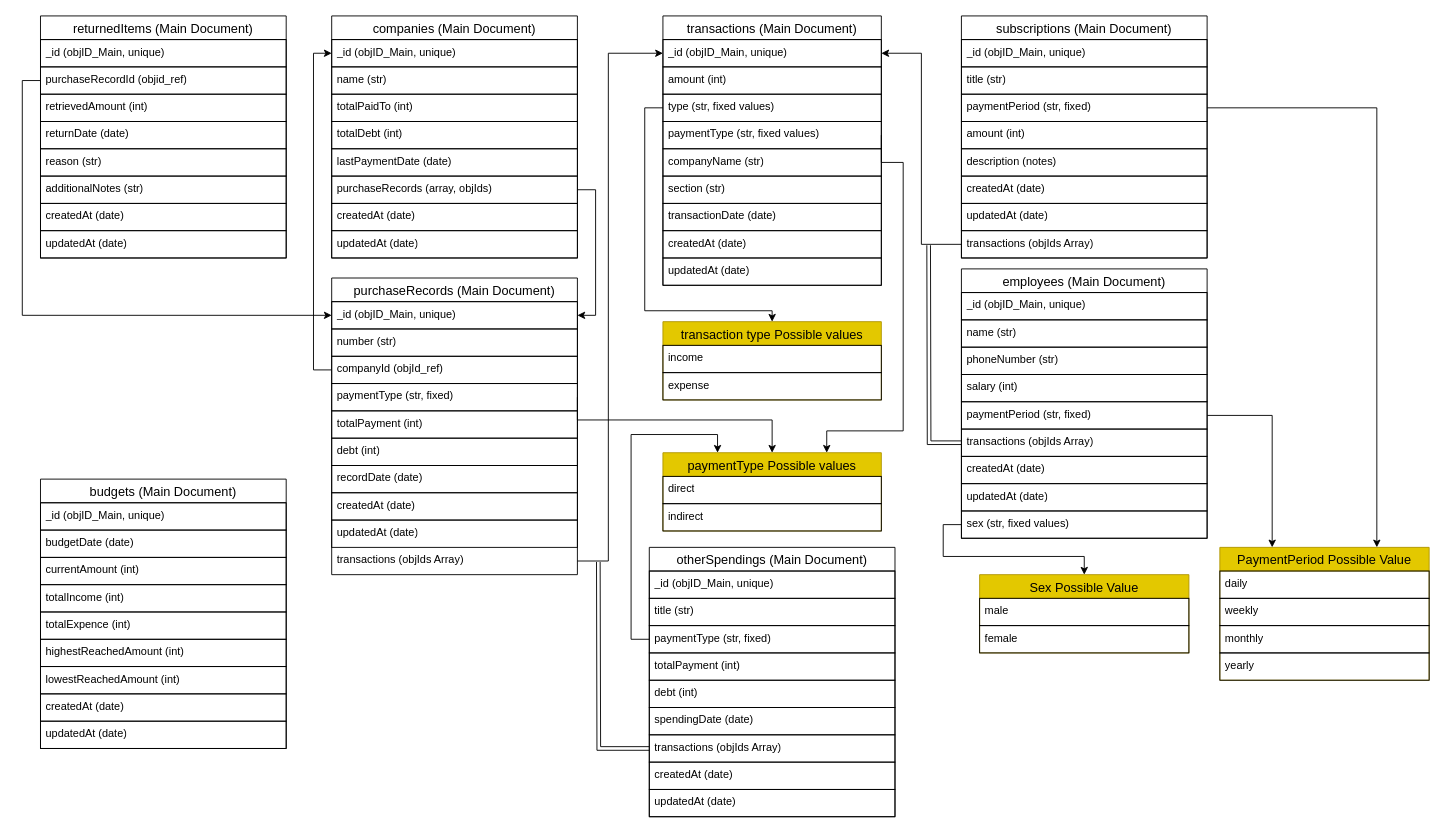
Above: docs/db.design.drawio in alifaisal101/shop-finances-manager (draw.io), before the change. Source tidied: cells renumbered, new cells numbered last; positions are measured from the earlier drawing's top-left corner, leaving out a move shared by most shapes. Both pictures are drawn from the tidied source at 91%, with x=0, y=0 at pixel (40, 15).
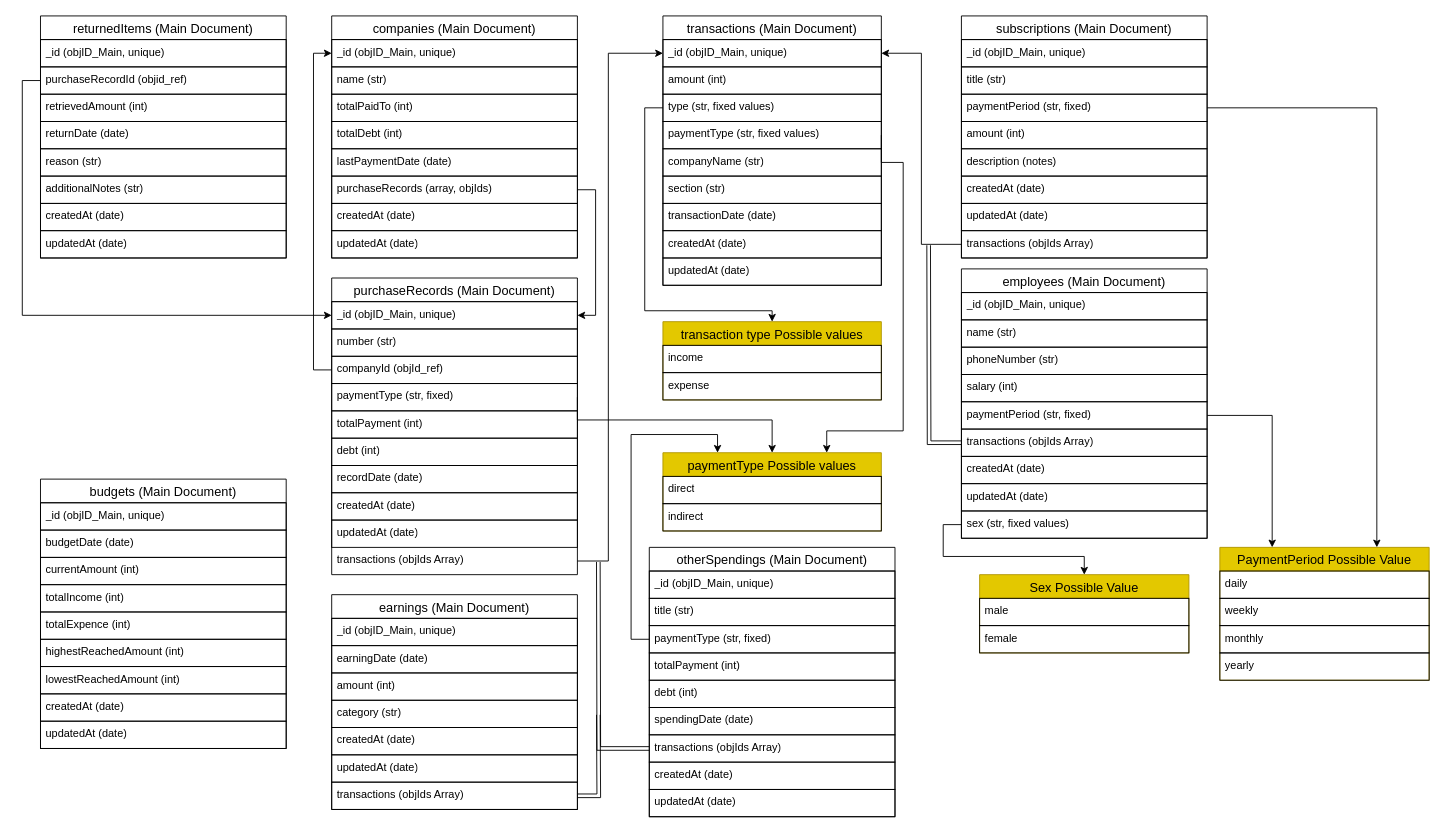
The same diagram, later.

Commit message (it also covers changes not shown here):
added api design (endpoints and dtos)

Change to the diagram source:
```diff
@@
+    <mxCell id="108" value="earnings (Main Document)" style="swimlane;fontStyle=0;horizontal=1;startSize=26;align=center;fontSize=14;" parent="1" vertex="1">
+      <mxGeometry x="320" y="636" width="270" height="236" as="geometry" />
+    </mxCell>
+    <mxCell id="109" value="_id (objID_Main, unique)" style="text;strokeColor=default;fillColor=none;spacingLeft=4;spacingRight=4;overflow=hidden;fontSize=12;whiteSpace=wrap;html=1;" parent="108" vertex="1">
+      <mxGeometry y="26" width="270" height="30" as="geometry" />
+    </mxCell>
+    <mxCell id="110" value="earningDate (date)" style="text;strokeColor=default;fillColor=none;spacingLeft=4;spacingRight=4;overflow=hidden;fontSize=12;whiteSpace=wrap;html=1;" parent="108" vertex="1">
+      <mxGeometry y="56" width="270" height="30" as="geometry" />
+    </mxCell>
+    <mxCell id="111" value="amount (int)" style="text;strokeColor=default;fillColor=none;spacingLeft=4;spacingRight=4;overflow=hidden;fontSize=12;whiteSpace=wrap;html=1;" parent="108" vertex="1">
+      <mxGeometry y="86" width="270" height="30" as="geometry" />
+    </mxCell>
+    <mxCell id="112" value="category (str)" style="text;strokeColor=default;fillColor=none;spacingLeft=4;spacingRight=4;overflow=hidden;fontSize=12;whiteSpace=wrap;html=1;" parent="108" vertex="1">
+      <mxGeometry y="116" width="270" height="30" as="geometry" />
+    </mxCell>
+    <mxCell id="113" value="createdAt (date)&amp;nbsp;" style="text;strokeColor=default;fillColor=none;spacingLeft=4;spacingRight=4;overflow=hidden;fontSize=12;whiteSpace=wrap;html=1;" parent="108" vertex="1">
+      <mxGeometry y="146" width="270" height="30" as="geometry" />
+    </mxCell>
+    <mxCell id="114" value="updatedAt (date)" style="text;strokeColor=default;fillColor=none;spacingLeft=4;spacingRight=4;overflow=hidden;fontSize=12;whiteSpace=wrap;html=1;" parent="108" vertex="1">
+      <mxGeometry y="176" width="270" height="30" as="geometry" />
+    </mxCell>
+    <mxCell id="115" style="edgeStyle=orthogonalEdgeStyle;rounded=0;jettySize=auto;html=1;exitX=1;exitY=0.5;exitDx=0;exitDy=0;shape=link;" parent="108" edge="1" source="116">
+      <mxGeometry relative="1" as="geometry">
+        <mxPoint x="293" y="132" as="targetPoint" />
+      </mxGeometry>
+    </mxCell>
+    <mxCell id="116" value="transactions (objIds Array)" style="text;strokeColor=default;fillColor=none;spacingLeft=4;spacingRight=4;overflow=hidden;points=[[0,0.5],[1,0.5]];portConstraint=eastwest;fontSize=12;whiteSpace=wrap;html=1;" parent="108" vertex="1">
+      <mxGeometry y="206" width="270" height="30" as="geometry" />
+    </mxCell>
```
